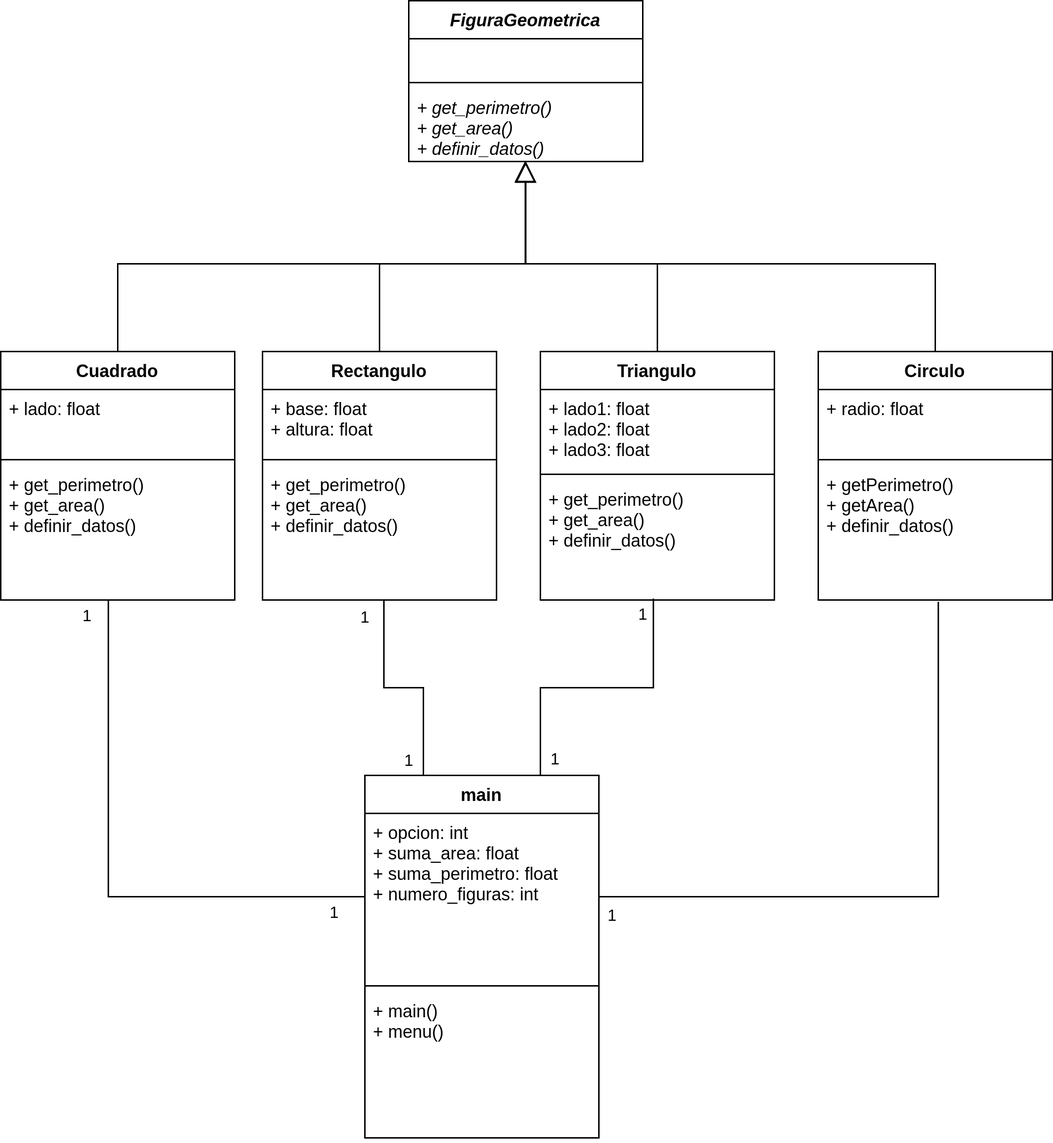
Before: uml/DiagraDeClasesFigurasGeometricas.png, a diagram exported from draw.io (jonnathanchocon/IPC2Ensayo3FigurasGeometricas). Source tidied: cells renumbered, new cells last; positions are measured from the earlier drawing's top-left corner, leaving out a move shared by most shapes.
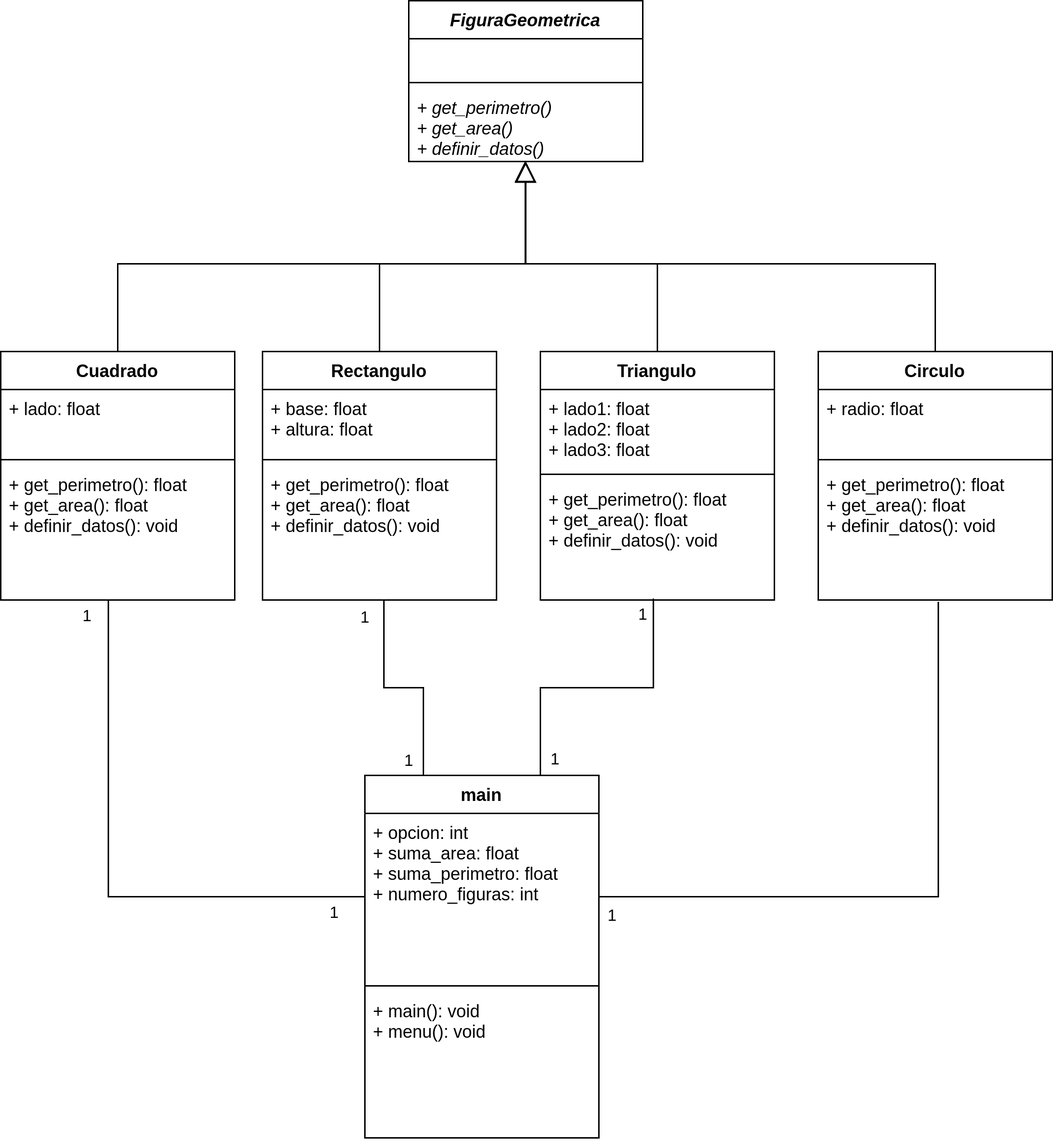
Later version of the same file.

Commit message:
Se modifico uml

Diff of the diagram source:
```diff
@@ -26,7 +26,7 @@
     <mxCell id="9" style="line;strokeWidth=1;fillColor=none;align=left;verticalAlign=middle;spacingTop=-1;spacingLeft=3;spacingRight=3;labelPosition=right;" parent="7" vertex="1">
       <mxGeometry y="70" width="160" height="8" as="geometry" />
     </mxCell>
-    <mxCell id="10" value="+ get_perimetro()&#10;+ get_area()&#10;+ definir_datos()" style="text;strokeColor=none;fillColor=none;align=left;verticalAlign=top;spacingLeft=4;spacingRight=4;overflow=hidden;points=[[0,0.5],[1,0.5]];portConstraint=eastwest;" parent="7" vertex="1">
+    <mxCell id="10" value="+ get_perimetro(): float&#10;+ get_area(): float&#10;+ definir_datos(): void" style="text;strokeColor=none;fillColor=none;align=left;verticalAlign=top;spacingLeft=4;spacingRight=4;overflow=hidden;points=[[0,0.5],[1,0.5]];portConstraint=eastwest;" parent="7" vertex="1">
       <mxGeometry y="78" width="160" height="92" as="geometry" />
     </mxCell>
     <mxCell id="11" value="Rectangulo" style="swimlane;fontStyle=1;align=center;verticalAlign=top;horizontal=1;startSize=26;" parent="1" vertex="1">
@@ -38,7 +38,7 @@
     <mxCell id="13" style="line;strokeWidth=1;fillColor=none;align=left;verticalAlign=middle;spacingTop=-1;spacingLeft=3;spacingRight=3;labelPosition=right;" parent="11" vertex="1">
       <mxGeometry y="70" width="160" height="8" as="geometry" />
     </mxCell>
-    <mxCell id="14" value="+ get_perimetro()&#10;+ get_area()&#10;+ definir_datos()" style="text;strokeColor=none;fillColor=none;align=left;verticalAlign=top;spacingLeft=4;spacingRight=4;overflow=hidden;points=[[0,0.5],[1,0.5]];portConstraint=eastwest;" parent="11" vertex="1">
+    <mxCell id="14" value="+ get_perimetro(): float&#10;+ get_area(): float&#10;+ definir_datos(): void" style="text;strokeColor=none;fillColor=none;align=left;verticalAlign=top;spacingLeft=4;spacingRight=4;overflow=hidden;points=[[0,0.5],[1,0.5]];portConstraint=eastwest;" parent="11" vertex="1">
       <mxGeometry y="78" width="160" height="92" as="geometry" />
     </mxCell>
     <mxCell id="15" value="Triangulo" style="swimlane;fontStyle=1;align=center;verticalAlign=top;horizontal=1;startSize=26;" parent="1" vertex="1">
@@ -50,7 +50,7 @@
     <mxCell id="17" style="line;strokeWidth=1;fillColor=none;align=left;verticalAlign=middle;spacingTop=-1;spacingLeft=3;spacingRight=3;labelPosition=right;" parent="15" vertex="1">
       <mxGeometry y="80" width="160" height="8" as="geometry" />
     </mxCell>
-    <mxCell id="18" value="+ get_perimetro()&#10;+ get_area()&#10;+ definir_datos()" style="text;strokeColor=none;fillColor=none;align=left;verticalAlign=top;spacingLeft=4;spacingRight=4;overflow=hidden;points=[[0,0.5],[1,0.5]];portConstraint=eastwest;" parent="15" vertex="1">
+    <mxCell id="18" value="+ get_perimetro(): float&#10;+ get_area(): float&#10;+ definir_datos(): void" style="text;strokeColor=none;fillColor=none;align=left;verticalAlign=top;spacingLeft=4;spacingRight=4;overflow=hidden;points=[[0,0.5],[1,0.5]];portConstraint=eastwest;" parent="15" vertex="1">
       <mxGeometry y="88" width="160" height="82" as="geometry" />
     </mxCell>
     <mxCell id="19" value="Circulo" style="swimlane;fontStyle=1;align=center;verticalAlign=top;horizontal=1;startSize=26;" parent="1" vertex="1">
@@ -62,7 +62,7 @@
     <mxCell id="21" style="line;strokeWidth=1;fillColor=none;align=left;verticalAlign=middle;spacingTop=-1;spacingLeft=3;spacingRight=3;labelPosition=right;" parent="19" vertex="1">
       <mxGeometry y="70" width="160" height="8" as="geometry" />
     </mxCell>
-    <mxCell id="22" value="+ getPerimetro()&#10;+ getArea()&#10;+ definir_datos()" style="text;strokeColor=none;fillColor=none;align=left;verticalAlign=top;spacingLeft=4;spacingRight=4;overflow=hidden;points=[[0,0.5],[1,0.5]];portConstraint=eastwest;" parent="19" vertex="1">
+    <mxCell id="22" value="+ get_perimetro(): float&#10;+ get_area(): float&#10;+ definir_datos(): void" style="text;strokeColor=none;fillColor=none;align=left;verticalAlign=top;spacingLeft=4;spacingRight=4;overflow=hidden;points=[[0,0.5],[1,0.5]];portConstraint=eastwest;" parent="19" vertex="1">
       <mxGeometry y="78" width="160" height="92" as="geometry" />
     </mxCell>
     <mxCell id="23" style="edgeStyle=orthogonalEdgeStyle;rounded=0;jettySize=auto;html=1;endArrow=block;endFill=0;endSize=12;exitX=0.5;exitY=0;exitDx=0;exitDy=0;entryX=0.498;entryY=0.991;entryDx=0;entryDy=0;entryPerimeter=0;" parent="1" edge="1" source="11" target="5">
@@ -116,7 +116,7 @@
     <mxCell id="34" style="line;strokeWidth=1;fillColor=none;align=left;verticalAlign=middle;spacingTop=-1;spacingLeft=3;spacingRight=3;labelPosition=right;" parent="32" vertex="1">
       <mxGeometry y="140" width="160" height="8" as="geometry" />
     </mxCell>
-    <mxCell id="35" value="+ main()&#10;+ menu()" style="text;strokeColor=none;fillColor=none;align=left;verticalAlign=top;spacingLeft=4;spacingRight=4;overflow=hidden;" parent="32" vertex="1">
+    <mxCell id="35" value="+ main(): void&#10;+ menu(): void" style="text;strokeColor=none;fillColor=none;align=left;verticalAlign=top;spacingLeft=4;spacingRight=4;overflow=hidden;" parent="32" vertex="1">
       <mxGeometry y="148" width="160" height="100" as="geometry" />
     </mxCell>
     <mxCell id="36" style="edgeStyle=orthogonalEdgeStyle;rounded=0;jettySize=auto;html=1;entryX=0.483;entryY=0.988;entryDx=0;entryDy=0;entryPerimeter=0;endArrow=none;endFill=0;exitX=0.75;exitY=0;exitDx=0;exitDy=0;" parent="1" edge="1" source="32" target="18">
```
